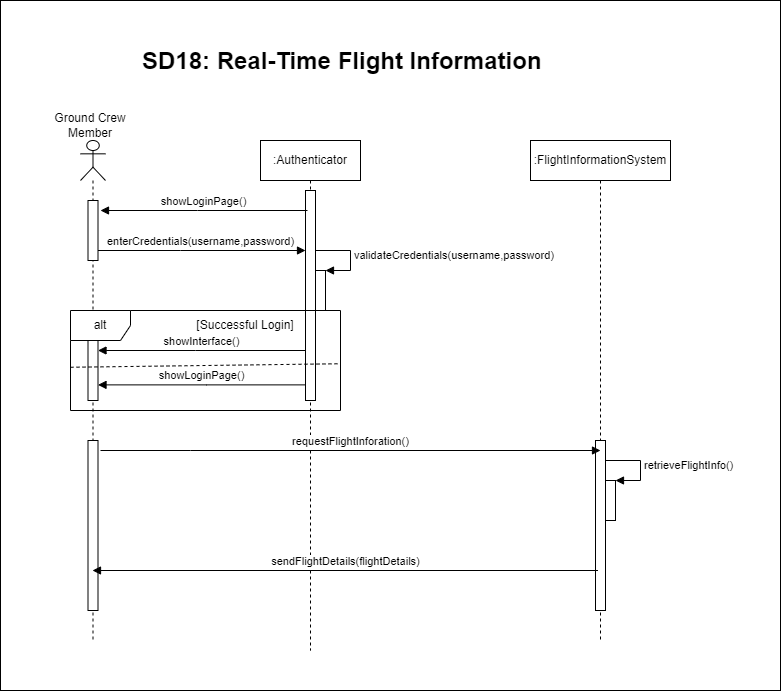
This is Diagramms/Sequence Diagrams/SequenceDiagram18.png from Smr002/Group01_Airport_Management_System, a draw.io export, as it was before one commit. Source tidied: cells renumbered, new cells last; positions are measured from the earlier drawing's top-left corner, leaving out a move shared by most shapes.
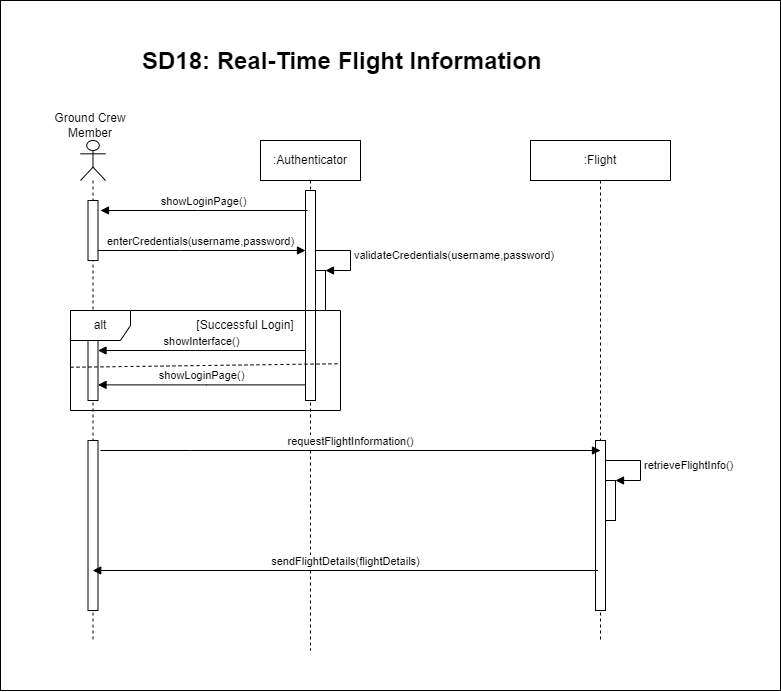
After the commit.

Diff of the diagram source:
```diff
@@ -58,7 +58,7 @@
     <mxCell id="14" value="&lt;h1 style=&quot;margin-top: 0px;&quot;&gt;SD18: Real-Time Flight Information&lt;/h1&gt;" style="text;html=1;whiteSpace=wrap;overflow=hidden;rounded=0;" parent="1" vertex="1">
       <mxGeometry x="140" y="40" width="490" height="40" as="geometry" />
     </mxCell>
-    <mxCell id="15" value=":FlightInformationSystem" style="shape=umlLifeline;perimeter=lifelinePerimeter;whiteSpace=wrap;html=1;newEdgeStyle={&quot;edgeStyle&quot;:&quot;elbowEdgeStyle&quot;,&quot;elbow&quot;:&quot;vertical&quot;,&quot;curved&quot;:0,&quot;rounded&quot;:0};" parent="1" vertex="1">
+    <mxCell id="15" value=":Flight" style="shape=umlLifeline;perimeter=lifelinePerimeter;whiteSpace=wrap;html=1;newEdgeStyle={&quot;edgeStyle&quot;:&quot;elbowEdgeStyle&quot;,&quot;elbow&quot;:&quot;vertical&quot;,&quot;curved&quot;:0,&quot;rounded&quot;:0};" parent="1" vertex="1">
       <mxGeometry x="530" y="140" width="140" height="500" as="geometry" />
     </mxCell>
     <mxCell id="16" style="html=1;perimeter=orthogonalPerimeter;targetShapes=umlLifeline;newEdgeStyle={&quot;edgeStyle&quot;:&quot;elbowEdgeStyle&quot;,&quot;elbow&quot;:&quot;vertical&quot;,&quot;curved&quot;:0,&quot;rounded&quot;:0};" parent="15" vertex="1">
@@ -106,7 +106,7 @@
     <mxCell id="23" value="[Successful Login]" style="text;html=1;align=center;verticalAlign=middle;whiteSpace=wrap;rounded=0;" parent="1" vertex="1">
       <mxGeometry x="190" y="310" width="110" height="30" as="geometry" />
     </mxCell>
-    <mxCell id="24" value="requestFlightInforation()" style="html=1;verticalAlign=bottom;endArrow=block;edgeStyle=elbowEdgeStyle;elbow=horizontal;curved=0;rounded=0;" parent="1" edge="1">
+    <mxCell id="24" value="requestFlightInformation()" style="html=1;verticalAlign=bottom;endArrow=block;edgeStyle=elbowEdgeStyle;elbow=horizontal;curved=0;rounded=0;" parent="1" edge="1">
       <mxGeometry relative="1" as="geometry">
         <mxPoint x="100" y="450" as="sourcePoint" />
         <mxPoint x="600" y="450" as="targetPoint" />
```
